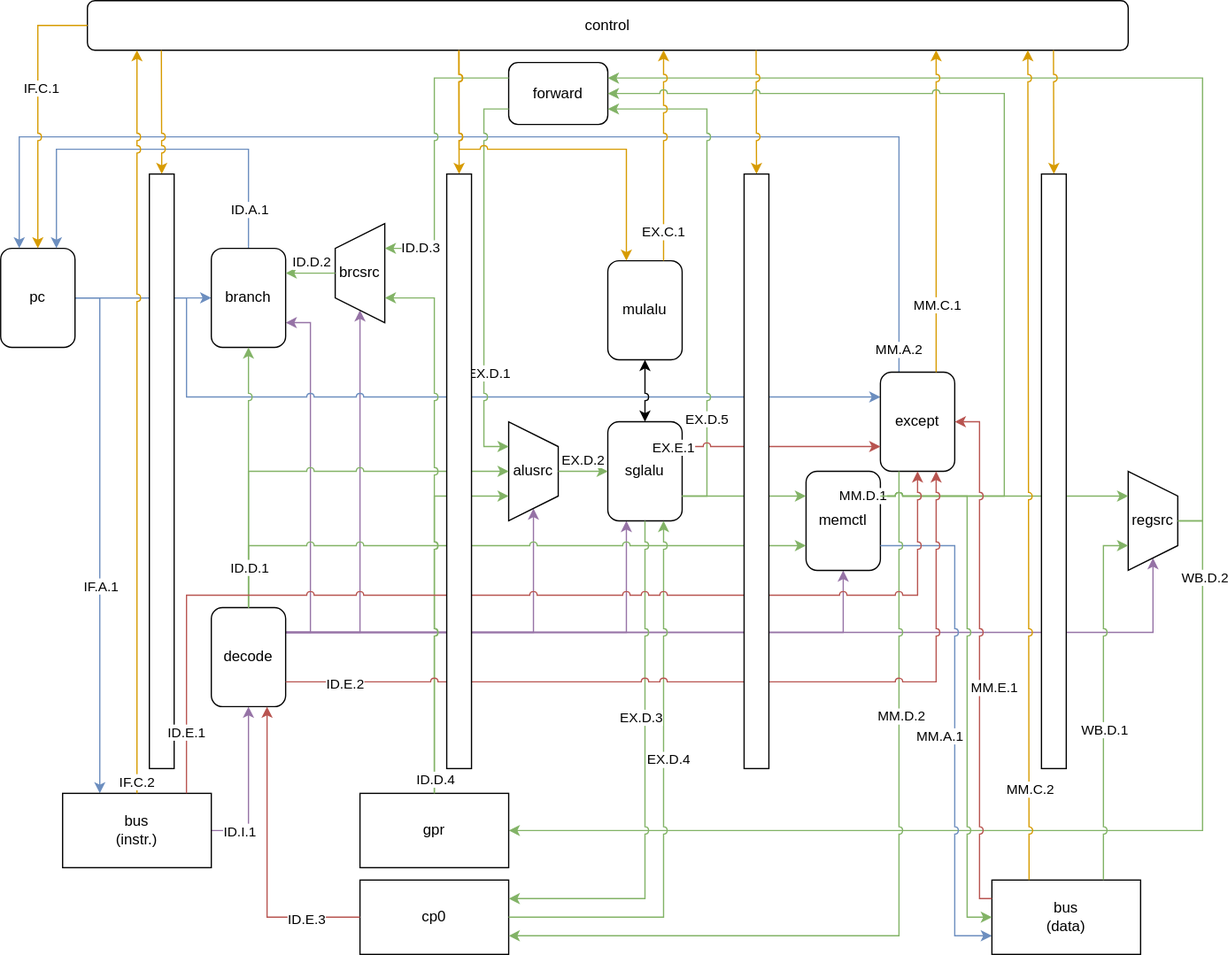
Above: datapath-2.svg in endereyewxy/NaiveMIPS (draw.io), before the change. Source tidied: cells renumbered, new cells last; positions are measured from the earlier drawing's top-left corner, leaving out a move shared by most shapes.
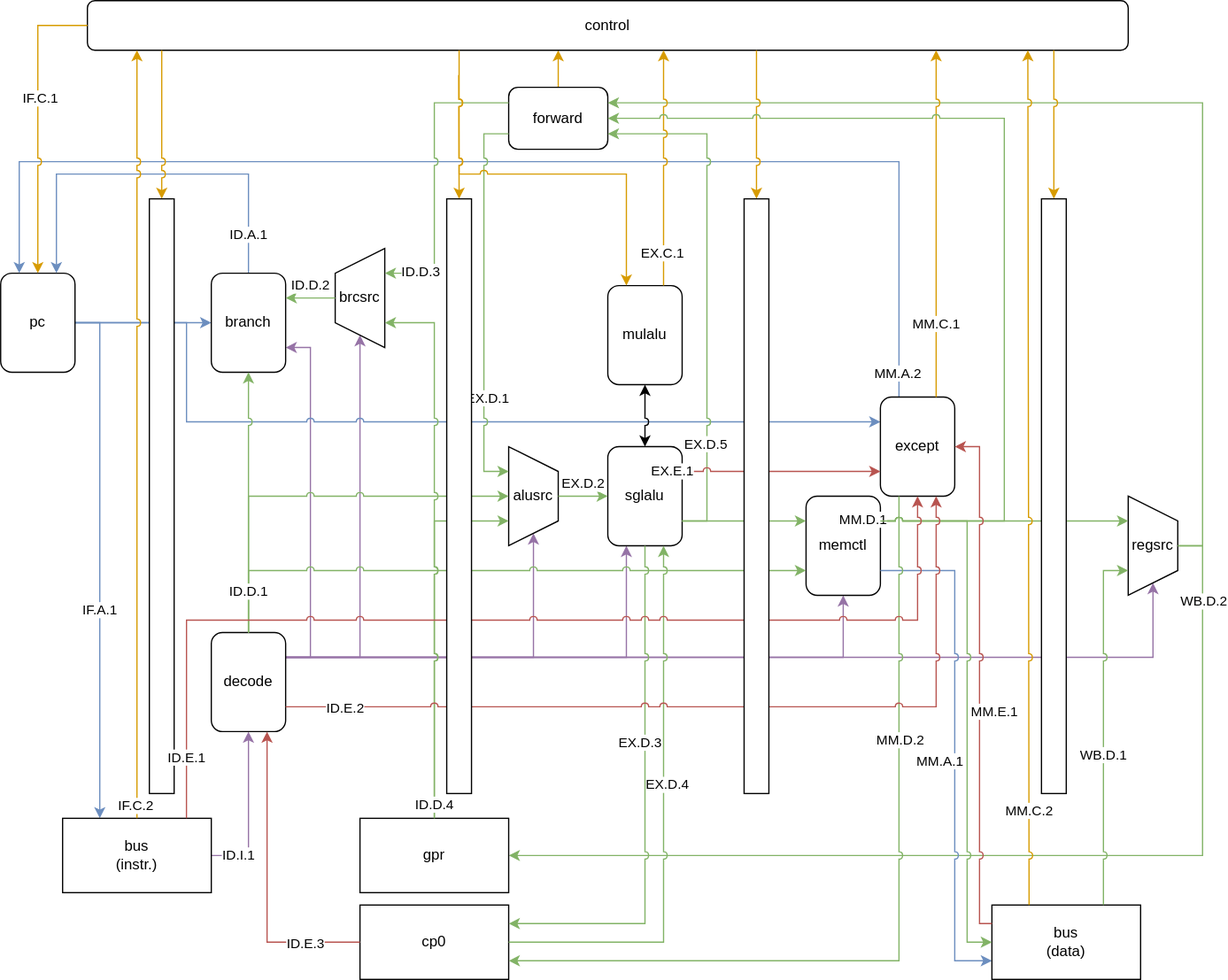
The same file after the commit.

Commit message:
增加数据前推控制信号

The edit, as a diff of the source:
```diff
@@ -72,6 +72,11 @@
     <mxCell id="21" value="branch" style="rounded=1;whiteSpace=wrap;html=1;" parent="1" vertex="1">
       <mxGeometry x="170" y="200" width="60" height="80" as="geometry" />
     </mxCell>
+    <mxCell id="99" style="edgeStyle=orthogonalEdgeStyle;rounded=0;jumpStyle=arc;jettySize=auto;html=1;exitX=0.5;exitY=0;exitDx=0;exitDy=0;startArrow=none;startFill=0;fillColor=#ffe6cc;strokeColor=#d79b00;" parent="1" edge="1" source="22">
+      <mxGeometry relative="1" as="geometry">
+        <mxPoint x="450" y="20" as="targetPoint" />
+      </mxGeometry>
+    </mxCell>
     <mxCell id="22" value="forward" style="rounded=1;whiteSpace=wrap;html=1;" parent="1" vertex="1">
       <mxGeometry x="410" y="50" width="80" height="50" as="geometry" />
     </mxCell>
@@ -88,7 +93,7 @@
       <mxGeometry x="490" y="210" width="60" height="80" as="geometry" />
     </mxCell>
     <mxCell id="27" value="control" style="rounded=1;whiteSpace=wrap;html=1;" parent="1" vertex="1">
-      <mxGeometry x="70" width="840" height="40" as="geometry" />
+      <mxGeometry x="70" y="-20" width="840" height="40" as="geometry" />
     </mxCell>
     <mxCell id="28" value="alusrc" style="shape=trapezoid;perimeter=trapezoidPerimeter;whiteSpace=wrap;html=1;fixedSize=1;rounded=0;direction=south;" parent="1" vertex="1">
       <mxGeometry x="410" y="340" width="40" height="80" as="geometry" />
@@ -260,7 +265,7 @@
     </mxCell>
     <mxCell id="71" style="edgeStyle=orthogonalEdgeStyle;rounded=0;jumpStyle=arc;jettySize=auto;html=1;exitX=0.25;exitY=0;exitDx=0;exitDy=0;startArrow=none;startFill=0;fillColor=#ffe6cc;strokeColor=#d79b00;" parent="1" edge="1" source="38">
       <mxGeometry relative="1" as="geometry">
-        <mxPoint x="829" y="40" as="targetPoint" />
+        <mxPoint x="829" y="20" as="targetPoint" />
       </mxGeometry>
     </mxCell>
     <mxCell id="72" value="MM.C.2" style="edgeLabel;html=1;align=center;verticalAlign=middle;" parent="71" vertex="1">
@@ -268,7 +273,7 @@
     </mxCell>
     <mxCell id="73" style="edgeStyle=orthogonalEdgeStyle;rounded=0;jumpStyle=arc;jettySize=auto;html=1;exitX=0.75;exitY=0;exitDx=0;exitDy=0;startArrow=none;startFill=0;fillColor=#ffe6cc;strokeColor=#d79b00;" parent="1" edge="1" source="26">
       <mxGeometry relative="1" as="geometry">
-        <mxPoint x="535" y="40" as="targetPoint" />
+        <mxPoint x="535" y="20" as="targetPoint" />
       </mxGeometry>
     </mxCell>
     <mxCell id="74" value="EX.C.1" style="edgeLabel;html=1;align=center;verticalAlign=middle;" parent="73" vertex="1">
@@ -276,7 +281,7 @@
     </mxCell>
     <mxCell id="75" style="edgeStyle=orthogonalEdgeStyle;rounded=0;jumpStyle=arc;jettySize=auto;html=1;exitX=0.5;exitY=0;exitDx=0;exitDy=0;startArrow=none;startFill=0;fillColor=#ffe6cc;strokeColor=#d79b00;" parent="1" edge="1" source="34">
       <mxGeometry relative="1" as="geometry">
-        <mxPoint x="110" y="40" as="targetPoint" />
+        <mxPoint x="110" y="20" as="targetPoint" />
       </mxGeometry>
     </mxCell>
     <mxCell id="76" value="IF.C.2" style="edgeLabel;html=1;align=center;verticalAlign=middle;" parent="75" vertex="1">
@@ -284,15 +289,15 @@
     </mxCell>
     <mxCell id="77" style="edgeStyle=orthogonalEdgeStyle;rounded=0;jumpStyle=arc;jettySize=auto;html=1;exitX=0.75;exitY=0;exitDx=0;exitDy=0;startArrow=none;startFill=0;fillColor=#ffe6cc;strokeColor=#d79b00;" parent="1" edge="1" source="31">
       <mxGeometry relative="1" as="geometry">
-        <mxPoint x="755" y="40" as="targetPoint" />
+        <mxPoint x="755" y="20" as="targetPoint" />
       </mxGeometry>
     </mxCell>
     <mxCell id="78" value="MM.C.1" style="edgeLabel;html=1;align=center;verticalAlign=middle;" parent="77" vertex="1">
       <mxGeometry x="-0.58" relative="1" as="geometry" />
     </mxCell>
-    <mxCell id="79" style="edgeStyle=orthogonalEdgeStyle;rounded=0;jumpStyle=arc;jettySize=auto;html=1;exitX=0.5;exitY=0;exitDx=0;exitDy=0;startArrow=none;startFill=0;fillColor=#ffe6cc;strokeColor=#d79b00;entryX=0.5;entryY=0;entryDx=0;entryDy=0;" parent="1" edge="1" target="80">
+    <mxCell id="79" style="edgeStyle=orthogonalEdgeStyle;rounded=0;jumpStyle=arc;jettySize=auto;html=1;startArrow=none;startFill=0;fillColor=#ffe6cc;strokeColor=#d79b00;entryX=0.5;entryY=0;entryDx=0;entryDy=0;" parent="1" edge="1" target="80">
       <mxGeometry relative="1" as="geometry">
-        <mxPoint x="129.7" y="40" as="sourcePoint" />
+        <mxPoint x="130" y="20" as="sourcePoint" />
       </mxGeometry>
     </mxCell>
     <mxCell id="80" style="rounded=0;whiteSpace=wrap;html=1;" parent="1" vertex="1">
@@ -303,14 +308,14 @@
         <mxPoint x="369.7" y="40" as="sourcePoint" />
       </mxGeometry>
     </mxCell>
-    <mxCell id="82" style="edgeStyle=orthogonalEdgeStyle;rounded=0;jumpStyle=arc;jettySize=auto;html=1;exitX=0.5;exitY=0;exitDx=0;exitDy=0;startArrow=none;startFill=0;fillColor=#ffe6cc;strokeColor=#d79b00;entryX=0.5;entryY=0;entryDx=0;entryDy=0;" parent="1" edge="1" target="96">
+    <mxCell id="82" style="edgeStyle=orthogonalEdgeStyle;rounded=0;jumpStyle=arc;jettySize=auto;html=1;startArrow=none;startFill=0;fillColor=#ffe6cc;strokeColor=#d79b00;entryX=0.5;entryY=0;entryDx=0;entryDy=0;" parent="1" edge="1" target="96">
       <mxGeometry relative="1" as="geometry">
-        <mxPoint x="609.7" y="40" as="sourcePoint" />
+        <mxPoint x="610" y="20" as="sourcePoint" />
       </mxGeometry>
     </mxCell>
-    <mxCell id="83" style="edgeStyle=orthogonalEdgeStyle;rounded=0;jumpStyle=arc;jettySize=auto;html=1;exitX=0.5;exitY=0;exitDx=0;exitDy=0;startArrow=none;startFill=0;fillColor=#ffe6cc;strokeColor=#d79b00;entryX=0.5;entryY=0;entryDx=0;entryDy=0;" parent="1" edge="1" target="84">
+    <mxCell id="83" style="edgeStyle=orthogonalEdgeStyle;rounded=0;jumpStyle=arc;jettySize=auto;html=1;startArrow=none;startFill=0;fillColor=#ffe6cc;strokeColor=#d79b00;entryX=0.5;entryY=0;entryDx=0;entryDy=0;" parent="1" edge="1" target="84">
       <mxGeometry relative="1" as="geometry">
-        <mxPoint x="849.7" y="40" as="sourcePoint" />
+        <mxPoint x="850" y="20" as="sourcePoint" />
       </mxGeometry>
     </mxCell>
     <mxCell id="84" style="rounded=0;whiteSpace=wrap;html=1;" parent="1" vertex="1">
@@ -378,9 +383,9 @@
     <mxCell id="97" style="rounded=0;whiteSpace=wrap;html=1;" parent="1" vertex="1">
       <mxGeometry x="360" y="140" width="20" height="480" as="geometry" />
     </mxCell>
-    <mxCell id="98" style="edgeStyle=orthogonalEdgeStyle;rounded=0;jumpStyle=arc;jettySize=auto;html=1;exitX=0.25;exitY=0;exitDx=0;exitDy=0;startArrow=none;startFill=0;fillColor=#ffe6cc;strokeColor=#d79b00;entryX=0.25;entryY=0;entryDx=0;entryDy=0;" parent="1" edge="1" target="26">
+    <mxCell id="98" style="edgeStyle=orthogonalEdgeStyle;rounded=0;jumpStyle=arc;jettySize=auto;html=1;startArrow=none;startFill=0;fillColor=#ffe6cc;strokeColor=#d79b00;entryX=0.25;entryY=0;entryDx=0;entryDy=0;" parent="1" edge="1" target="26">
       <mxGeometry relative="1" as="geometry">
-        <mxPoint x="370" y="40" as="sourcePoint" />
+        <mxPoint x="370" y="20" as="sourcePoint" />
         <Array as="points">
           <mxPoint x="370" y="120" />
           <mxPoint x="505" y="120" />
```
